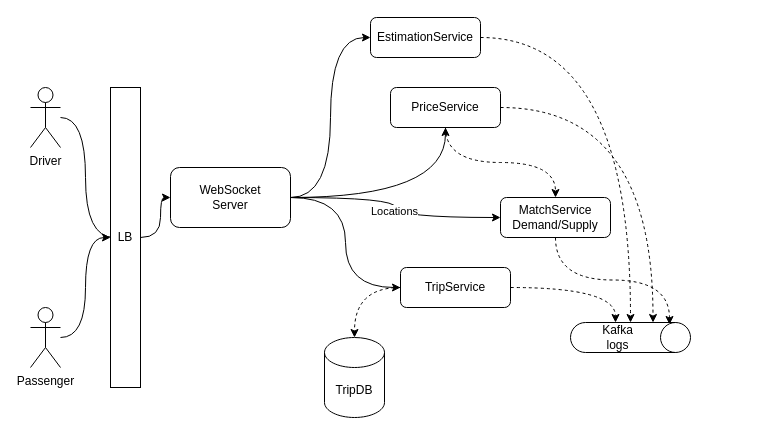
Before: gis-system/GIS.drawio in wuqunfei/system-design-in-action, a draw.io diagram. Source tidied: cells renumbered, new cells numbered last; positions are measured from the earlier drawing's top-left corner, leaving out a move shared by most shapes. Both pictures are drawn from the tidied source at 100%, with x=0, y=0 at pixel (30, 17).
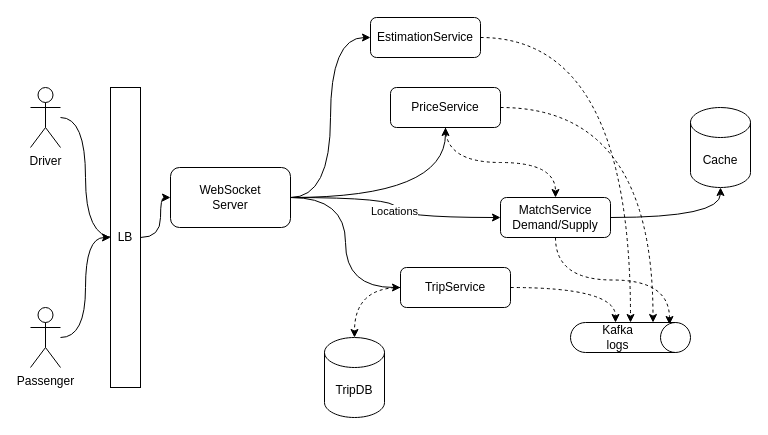
The same page after the edit.

Commit message (it also covers changes not shown here):
add cache funtion with expiration

Unchanged cells that the change refers to:
```xml
<mxCell id="18" value="MatchService&lt;br&gt;Demand/Supply" style="rounded=1;whiteSpace=wrap;html=1;" parent="1" vertex="1">
  <mxGeometry x="470" y="180" width="110" height="40" as="geometry" />
</mxCell>
```

What changed in the source:
```diff
@@
+    <mxCell id="26" style="edgeStyle=orthogonalEdgeStyle;curved=1;jettySize=auto;html=1;" parent="1" edge="1" source="18" target="27">
+      <mxGeometry relative="1" as="geometry" />
+    </mxCell>
@@
+    <mxCell id="27" value="Cache" style="shape=cylinder3;whiteSpace=wrap;html=1;boundedLbl=1;backgroundOutline=1;size=15;" parent="1" vertex="1">
+      <mxGeometry x="660" y="90" width="60" height="80" as="geometry" />
+    </mxCell>
```
